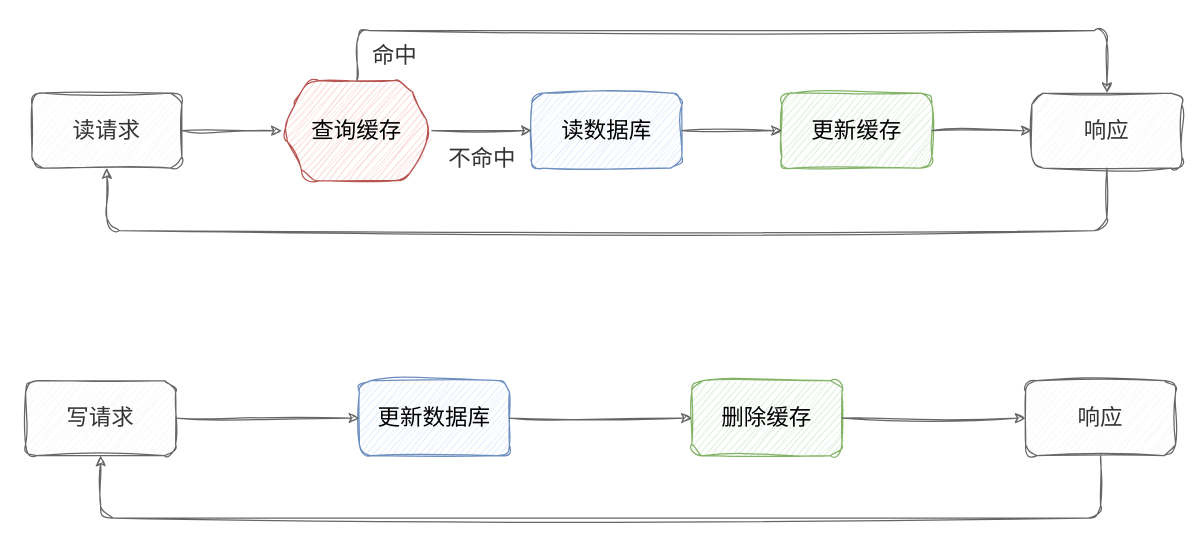
Above: page "Cache Aside" (1 of 2) of assets/分布式/分布式存储/分布式缓存/缓存策略.drawio in dunwu/waterdrop (draw.io), before the change. Source tidied: cells renumbered, new cells numbered last; positions are measured from the earlier drawing's top-left corner, leaving out a move shared by most shapes. Both pictures are drawn from the tidied source at 125%, with x=0, y=0 at pixel (25, 30).
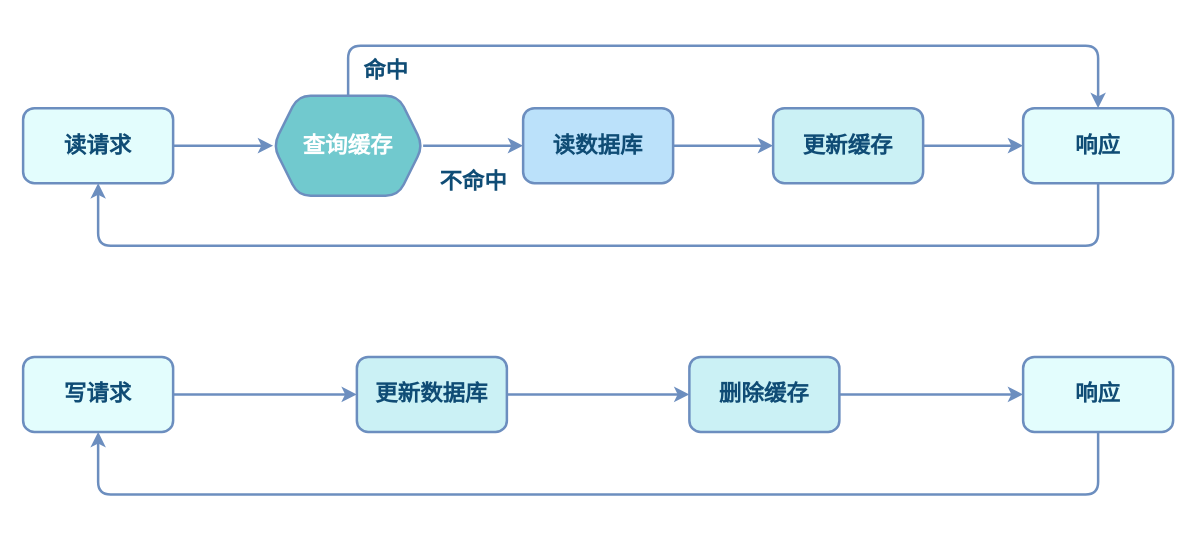
The same diagram, later.

What changed in the source:
```diff
@@
-    <mxCell id="2" style="group;" parent="1" vertex="1">
-      <mxGeometry width="925" height="390" as="geometry" />
-    </mxCell>
-    <mxCell id="3" style="group;" parent="2" vertex="1">
-      <mxGeometry x="5" width="920" height="160" as="geometry" />
-    </mxCell>
+    <mxCell id="17" value="写请求" style="rounded=1;whiteSpace=wrap;html=1;hachureGap=4;fontFamily=Comic Sans MS;fontSize=18;fillColor=#E3FDFD;fontColor=#0F4C75;strokeColor=#6C8EBF;strokeWidth=2;fontStyle=1;" parent="1" vertex="1">
+      <mxGeometry x="-2" y="261" width="120" height="60" as="geometry" />
+    </mxCell>
+    <mxCell id="18" value="更新数据库" style="rounded=1;whiteSpace=wrap;html=1;hachureGap=4;fontFamily=Comic Sans MS;fontSize=18;fillColor=#CBF1F5;strokeColor=#6C8EBF;strokeWidth=2;fontColor=#0F4C75;fontStyle=1;" parent="1" vertex="1">
+      <mxGeometry x="265" y="261" width="120" height="60" as="geometry" />
+    </mxCell>
+    <mxCell id="19" style="edgeStyle=orthogonalEdgeStyle;rounded=0;hachureGap=4;jettySize=auto;html=1;entryX=0;entryY=0.5;entryDx=0;entryDy=0;fontFamily=Comic Sans MS;fontSize=18;fontColor=#0F4C75;fillColor=#f5f5f5;strokeColor=#6C8EBF;strokeWidth=2;fontStyle=1;" parent="1" edge="1" source="17" target="18">
+      <mxGeometry relative="1" as="geometry" />
+    </mxCell>
+    <mxCell id="20" value="删除缓存" style="rounded=1;whiteSpace=wrap;html=1;hachureGap=4;fontFamily=Comic Sans MS;fontSize=18;fillColor=#CBF1F5;strokeColor=#6C8EBF;strokeWidth=2;fontColor=#0F4C75;fontStyle=1;" parent="1" vertex="1">
+      <mxGeometry x="531" y="261" width="120" height="60" as="geometry" />
+    </mxCell>
+    <mxCell id="21" style="edgeStyle=orthogonalEdgeStyle;rounded=0;hachureGap=4;jettySize=auto;html=1;fontFamily=Comic Sans MS;fontSize=18;fontColor=#0F4C75;fillColor=#f5f5f5;strokeColor=#6C8EBF;strokeWidth=2;fontStyle=1;" parent="1" edge="1" source="18" target="20">
+      <mxGeometry relative="1" as="geometry" />
+    </mxCell>
+    <mxCell id="22" style="edgeStyle=orthogonalEdgeStyle;hachureGap=4;jettySize=auto;html=1;entryX=0.5;entryY=1;entryDx=0;entryDy=0;fontFamily=Comic Sans MS;fontSize=18;fontColor=#0F4C75;exitX=0.5;exitY=1;exitDx=0;exitDy=0;fillColor=#f5f5f5;strokeColor=#6C8EBF;rounded=1;strokeWidth=2;fontStyle=1;" parent="1" edge="1" source="23" target="17">
+      <mxGeometry relative="1" as="geometry">
+        <Array as="points">
+          <mxPoint x="858" y="371" />
+          <mxPoint x="58" y="371" />
+        </Array>
+      </mxGeometry>
+    </mxCell>
+    <mxCell id="23" value="响应" style="rounded=1;whiteSpace=wrap;html=1;hachureGap=4;fontFamily=Comic Sans MS;fontSize=18;fillColor=#E3FDFD;fontColor=#0F4C75;strokeColor=#6C8EBF;strokeWidth=2;fontStyle=1;" parent="1" vertex="1">
+      <mxGeometry x="798" y="261" width="120" height="60" as="geometry" />
+    </mxCell>
+    <mxCell id="24" style="edgeStyle=orthogonalEdgeStyle;rounded=0;hachureGap=4;jettySize=auto;html=1;fontFamily=Comic Sans MS;fontSize=18;fontColor=#0F4C75;fillColor=#f5f5f5;strokeColor=#6C8EBF;strokeWidth=2;fontStyle=1;" parent="1" edge="1" source="20" target="23">
+      <mxGeometry relative="1" as="geometry" />
+    </mxCell>
-    <mxCell id="4" value="读请求" style="rounded=1;whiteSpace=wrap;html=1;sketch=1;hachureGap=4;jiggle=2;curveFitting=1;fontFamily=Comic Sans MS;fontSize=18;fillColor=#f5f5f5;fontColor=#333333;strokeColor=#666666;" parent="3" vertex="1">
-      <mxGeometry y="50" width="120" height="60" as="geometry" />
+    <mxCell id="4" value="读请求" style="rounded=1;whiteSpace=wrap;html=1;hachureGap=4;fontFamily=Comic Sans MS;fontSize=18;fillColor=#E3FDFD;fontColor=#0F4C75;strokeColor=#6C8EBF;strokeWidth=2;fontStyle=1;" parent="1" vertex="1">
+      <mxGeometry x="-2" y="62" width="120" height="60" as="geometry" />
     </mxCell>
-    <mxCell id="5" value="查询缓存" style="shape=hexagon;perimeter=hexagonPerimeter2;whiteSpace=wrap;html=1;fixedSize=1;rounded=1;sketch=1;hachureGap=4;jiggle=2;curveFitting=1;strokeColor=#b85450;align=center;verticalAlign=middle;fontFamily=Comic Sans MS;fontSize=18;fillColor=#f8cecc;" parent="3" vertex="1">
-      <mxGeometry x="200" y="40" width="120" height="80" as="geometry" />
+    <mxCell id="5" value="查询缓存" style="shape=hexagon;perimeter=hexagonPerimeter2;whiteSpace=wrap;html=1;fixedSize=1;rounded=1;hachureGap=4;strokeColor=#6C8EBF;align=center;verticalAlign=middle;fontFamily=Comic Sans MS;fontSize=18;fillColor=#71C9CE;strokeWidth=2;fontColor=#FFFFFF;fontStyle=1;" parent="1" vertex="1">
+      <mxGeometry x="198" y="52" width="120" height="80" as="geometry" />
     </mxCell>
-    <mxCell id="6" style="edgeStyle=orthogonalEdgeStyle;rounded=0;sketch=1;hachureGap=4;jiggle=2;curveFitting=1;jettySize=auto;html=1;fontFamily=Comic Sans MS;fontSize=18;fontColor=#333333;fillColor=#f5f5f5;strokeColor=#666666;" parent="3" edge="1" source="4" target="5">
+    <mxCell id="6" style="edgeStyle=orthogonalEdgeStyle;rounded=0;hachureGap=4;jettySize=auto;html=1;fontFamily=Comic Sans MS;fontSize=18;fontColor=#0F4C75;fillColor=#f5f5f5;strokeColor=#6C8EBF;strokeWidth=2;fontStyle=1;" parent="1" edge="1" source="4" target="5">
       <mxGeometry relative="1" as="geometry" />
     </mxCell>
-    <mxCell id="7" value="读数据库" style="rounded=1;whiteSpace=wrap;html=1;sketch=1;hachureGap=4;jiggle=2;curveFitting=1;fontFamily=Comic Sans MS;fontSize=18;fillColor=#dae8fc;strokeColor=#6c8ebf;" parent="3" vertex="1">
-      <mxGeometry x="400" y="50" width="120" height="60" as="geometry" />
+    <mxCell id="7" value="读数据库" style="rounded=1;whiteSpace=wrap;html=1;hachureGap=4;fontFamily=Comic Sans MS;fontSize=18;fillColor=#BBE1FA;strokeColor=#6C8EBF;strokeWidth=2;fontColor=#0F4C75;fontStyle=1;" parent="1" vertex="1">
+      <mxGeometry x="398" y="62" width="120" height="60" as="geometry" />
     </mxCell>
-    <mxCell id="8" style="edgeStyle=orthogonalEdgeStyle;rounded=0;sketch=1;hachureGap=4;jiggle=2;curveFitting=1;jettySize=auto;html=1;fontFamily=Comic Sans MS;fontSize=18;fontColor=#333333;fillColor=#f5f5f5;strokeColor=#666666;" parent="3" edge="1" source="5" target="7">
+    <mxCell id="8" style="edgeStyle=orthogonalEdgeStyle;rounded=0;hachureGap=4;jettySize=auto;html=1;fontFamily=Comic Sans MS;fontSize=18;fontColor=#0F4C75;fillColor=#f5f5f5;strokeColor=#6C8EBF;strokeWidth=2;fontStyle=1;" parent="1" edge="1" source="5" target="7">
       <mxGeometry relative="1" as="geometry" />
     </mxCell>
-    <mxCell id="9" value="更新缓存" style="rounded=1;whiteSpace=wrap;html=1;sketch=1;hachureGap=4;jiggle=2;curveFitting=1;fontFamily=Comic Sans MS;fontSize=18;fillColor=#d5e8d4;strokeColor=#82b366;" parent="3" vertex="1">
-      <mxGeometry x="600" y="50" width="120" height="60" as="geometry" />
+    <mxCell id="9" value="更新缓存" style="rounded=1;whiteSpace=wrap;html=1;hachureGap=4;fontFamily=Comic Sans MS;fontSize=18;fillColor=#CBF1F5;strokeColor=#6C8EBF;strokeWidth=2;fontColor=#0F4C75;fontStyle=1;" parent="1" vertex="1">
+      <mxGeometry x="598" y="62" width="120" height="60" as="geometry" />
     </mxCell>
-    <mxCell id="10" style="edgeStyle=orthogonalEdgeStyle;rounded=0;sketch=1;hachureGap=4;jiggle=2;curveFitting=1;jettySize=auto;html=1;fontFamily=Comic Sans MS;fontSize=18;fontColor=#333333;fillColor=#f5f5f5;strokeColor=#666666;" parent="3" edge="1" source="7" target="9">
+    <mxCell id="10" style="edgeStyle=orthogonalEdgeStyle;rounded=0;hachureGap=4;jettySize=auto;html=1;fontFamily=Comic Sans MS;fontSize=18;fontColor=#0F4C75;fillColor=#f5f5f5;strokeColor=#6C8EBF;strokeWidth=2;fontStyle=1;" parent="1" edge="1" source="7" target="9">
       <mxGeometry relative="1" as="geometry" />
     </mxCell>
-    <mxCell id="11" style="edgeStyle=orthogonalEdgeStyle;sketch=1;hachureGap=4;jiggle=2;curveFitting=1;jettySize=auto;html=1;entryX=0.5;entryY=1;entryDx=0;entryDy=0;fontFamily=Comic Sans MS;fontSize=18;fontColor=#333333;exitX=0.5;exitY=1;exitDx=0;exitDy=0;fillColor=#f5f5f5;strokeColor=#666666;rounded=1;" parent="3" edge="1" source="12" target="4">
+    <mxCell id="11" style="edgeStyle=orthogonalEdgeStyle;hachureGap=4;jettySize=auto;html=1;entryX=0.5;entryY=1;entryDx=0;entryDy=0;fontFamily=Comic Sans MS;fontSize=18;fontColor=#0F4C75;exitX=0.5;exitY=1;exitDx=0;exitDy=0;fillColor=#f5f5f5;strokeColor=#6C8EBF;rounded=1;strokeWidth=2;fontStyle=1;" parent="1" edge="1" source="12" target="4">
       <mxGeometry relative="1" as="geometry">
         <Array as="points">
-          <mxPoint x="860" y="160" />
-          <mxPoint x="60" y="160" />
+          <mxPoint x="858" y="172" />
+          <mxPoint x="58" y="172" />
         </Array>
       </mxGeometry>
     </mxCell>
-    <mxCell id="12" value="响应" style="rounded=1;whiteSpace=wrap;html=1;sketch=1;hachureGap=4;jiggle=2;curveFitting=1;fontFamily=Comic Sans MS;fontSize=18;fillColor=#f5f5f5;fontColor=#333333;strokeColor=#666666;" parent="3" vertex="1">
-      <mxGeometry x="800" y="50" width="120" height="60" as="geometry" />
+    <mxCell id="12" value="响应" style="rounded=1;whiteSpace=wrap;html=1;hachureGap=4;fontFamily=Comic Sans MS;fontSize=18;fillColor=#E3FDFD;fontColor=#0F4C75;strokeColor=#6C8EBF;strokeWidth=2;fontStyle=1;" parent="1" vertex="1">
+      <mxGeometry x="798" y="62" width="120" height="60" as="geometry" />
     </mxCell>
-    <mxCell id="13" style="edgeStyle=orthogonalEdgeStyle;sketch=1;hachureGap=4;jiggle=2;curveFitting=1;jettySize=auto;html=1;exitX=0.5;exitY=0;exitDx=0;exitDy=0;entryX=0.5;entryY=0;entryDx=0;entryDy=0;fontFamily=Comic Sans MS;fontSize=18;fontColor=#333333;fillColor=#f5f5f5;strokeColor=#666666;rounded=1;" parent="3" edge="1" source="5" target="12">
+    <mxCell id="13" style="edgeStyle=orthogonalEdgeStyle;hachureGap=4;jettySize=auto;html=1;exitX=0.5;exitY=0;exitDx=0;exitDy=0;entryX=0.5;entryY=0;entryDx=0;entryDy=0;fontFamily=Comic Sans MS;fontSize=18;fontColor=#0F4C75;fillColor=#f5f5f5;strokeColor=#6C8EBF;rounded=1;strokeWidth=2;fontStyle=1;" parent="1" edge="1" source="5" target="12">
       <mxGeometry relative="1" as="geometry">
         <Array as="points">
-          <mxPoint x="260" />
-          <mxPoint x="860" />
+          <mxPoint x="258" y="12" />
+          <mxPoint x="858" y="12" />
         </Array>
       </mxGeometry>
     </mxCell>
-    <mxCell id="14" style="edgeStyle=orthogonalEdgeStyle;rounded=0;sketch=1;hachureGap=4;jiggle=2;curveFitting=1;jettySize=auto;html=1;fontFamily=Comic Sans MS;fontSize=18;fontColor=#333333;fillColor=#f5f5f5;strokeColor=#666666;" parent="3" edge="1" source="9" target="12">
+    <mxCell id="14" style="edgeStyle=orthogonalEdgeStyle;rounded=0;hachureGap=4;jettySize=auto;html=1;fontFamily=Comic Sans MS;fontSize=18;fontColor=#0F4C75;fillColor=#f5f5f5;strokeColor=#6C8EBF;strokeWidth=2;fontStyle=1;" parent="1" edge="1" source="9" target="12">
       <mxGeometry relative="1" as="geometry" />
     </mxCell>
-    <mxCell id="15" value="命中" style="text;html=1;align=center;verticalAlign=middle;strokeColor=none;fillColor=none;fontSize=18;fontFamily=Comic Sans MS;fontColor=#333333;" parent="3" vertex="1">
-      <mxGeometry x="260" width="60" height="40" as="geometry" />
+    <mxCell id="15" value="命中" style="text;html=1;align=center;verticalAlign=middle;strokeColor=none;fillColor=none;fontSize=18;fontFamily=Comic Sans MS;fontColor=#0F4C75;fontStyle=1;" parent="1" vertex="1">
+      <mxGeometry x="258" y="12" width="60" height="40" as="geometry" />
     </mxCell>
-    <mxCell id="16" value="不命中" style="text;html=1;align=center;verticalAlign=middle;strokeColor=none;fillColor=none;fontSize=18;fontFamily=Comic Sans MS;fontColor=#333333;" parent="3" vertex="1">
-      <mxGeometry x="320" y="83" width="80" height="40" as="geometry" />
+    <mxCell id="16" value="不命中" style="text;html=1;align=center;verticalAlign=middle;strokeColor=none;fillColor=none;fontSize=18;fontFamily=Comic Sans MS;fontColor=#0F4C75;fontStyle=1;" parent="1" vertex="1">
+      <mxGeometry x="318" y="101" width="80" height="40" as="geometry" />
     </mxCell>
-    <mxCell id="17" value="写请求" style="rounded=1;whiteSpace=wrap;html=1;sketch=1;hachureGap=4;jiggle=2;curveFitting=1;fontFamily=Comic Sans MS;fontSize=18;fillColor=#f5f5f5;fontColor=#333333;strokeColor=#666666;" parent="2" vertex="1">
-      <mxGeometry y="280" width="120" height="60" as="geometry" />
-    </mxCell>
-    <mxCell id="18" value="更新数据库" style="rounded=1;whiteSpace=wrap;html=1;sketch=1;hachureGap=4;jiggle=2;curveFitting=1;fontFamily=Comic Sans MS;fontSize=18;fillColor=#dae8fc;strokeColor=#6c8ebf;" parent="2" vertex="1">
-      <mxGeometry x="267" y="280" width="120" height="60" as="geometry" />
-    </mxCell>
-    <mxCell id="19" style="edgeStyle=orthogonalEdgeStyle;rounded=0;sketch=1;hachureGap=4;jiggle=2;curveFitting=1;jettySize=auto;html=1;entryX=0;entryY=0.5;entryDx=0;entryDy=0;fontFamily=Comic Sans MS;fontSize=18;fontColor=#333333;fillColor=#f5f5f5;strokeColor=#666666;" parent="2" edge="1" source="17" target="18">
-      <mxGeometry relative="1" as="geometry" />
-    </mxCell>
-    <mxCell id="20" value="删除缓存" style="rounded=1;whiteSpace=wrap;html=1;sketch=1;hachureGap=4;jiggle=2;curveFitting=1;fontFamily=Comic Sans MS;fontSize=18;fillColor=#d5e8d4;strokeColor=#82b366;" parent="2" vertex="1">
-      <mxGeometry x="533" y="280" width="120" height="60" as="geometry" />
-    </mxCell>
-    <mxCell id="21" style="edgeStyle=orthogonalEdgeStyle;rounded=0;sketch=1;hachureGap=4;jiggle=2;curveFitting=1;jettySize=auto;html=1;fontFamily=Comic Sans MS;fontSize=18;fontColor=#333333;fillColor=#f5f5f5;strokeColor=#666666;" parent="2" edge="1" source="18" target="20">
-      <mxGeometry relative="1" as="geometry" />
-    </mxCell>
-    <mxCell id="22" style="edgeStyle=orthogonalEdgeStyle;sketch=1;hachureGap=4;jiggle=2;curveFitting=1;jettySize=auto;html=1;entryX=0.5;entryY=1;entryDx=0;entryDy=0;fontFamily=Comic Sans MS;fontSize=18;fontColor=#333333;exitX=0.5;exitY=1;exitDx=0;exitDy=0;fillColor=#f5f5f5;strokeColor=#666666;rounded=1;" parent="2" edge="1" source="23" target="17">
-      <mxGeometry relative="1" as="geometry">
-        <Array as="points">
-          <mxPoint x="860" y="390" />
-          <mxPoint x="60" y="390" />
-        </Array>
-      </mxGeometry>
-    </mxCell>
-    <mxCell id="23" value="响应" style="rounded=1;whiteSpace=wrap;html=1;sketch=1;hachureGap=4;jiggle=2;curveFitting=1;fontFamily=Comic Sans MS;fontSize=18;fillColor=#f5f5f5;fontColor=#333333;strokeColor=#666666;" parent="2" vertex="1">
-      <mxGeometry x="800" y="280" width="120" height="60" as="geometry" />
-    </mxCell>
-    <mxCell id="24" style="edgeStyle=orthogonalEdgeStyle;rounded=0;sketch=1;hachureGap=4;jiggle=2;curveFitting=1;jettySize=auto;html=1;fontFamily=Comic Sans MS;fontSize=18;fontColor=#333333;fillColor=#f5f5f5;strokeColor=#666666;" parent="2" edge="1" source="20" target="23">
-      <mxGeometry relative="1" as="geometry" />
-    </mxCell>
```
